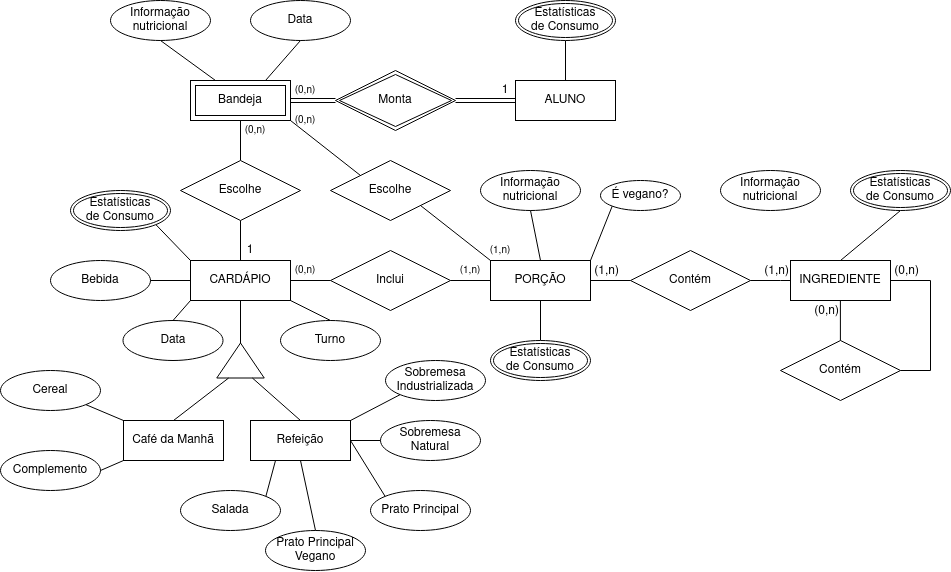
Earlier version of the draw.io export lab02/images/ER_Restaurante.png (uniaovasko/vasco). Source tidied: cells renumbered, new cells last; positions are measured from the earlier drawing's top-left corner, leaving out a move shared by most shapes.
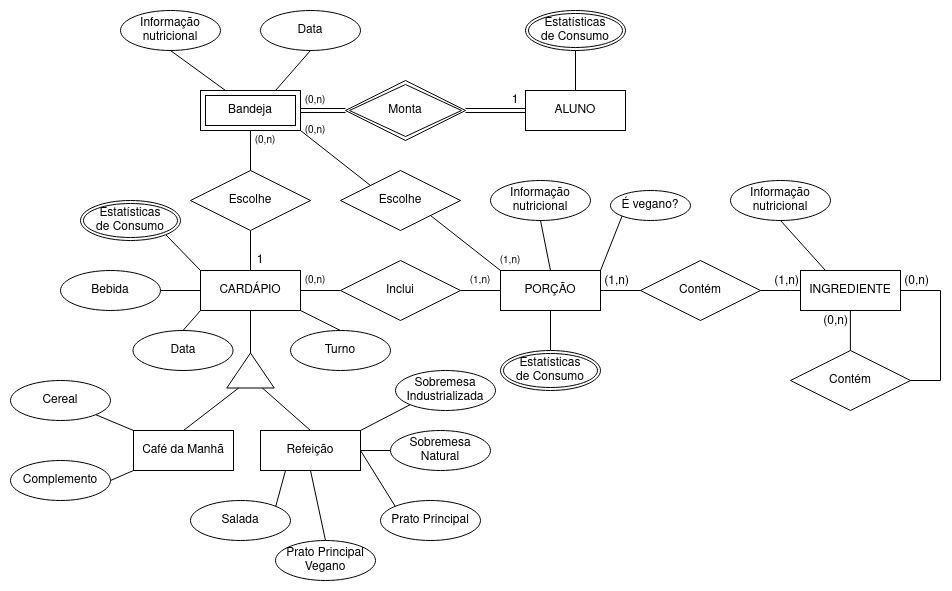
After the change.

The edit, as a diff of the source:
```diff
@@ -95,9 +95,6 @@
     <mxCell id="24" style="endArrow=none;html=1;rounded=0;exitX=0.5;exitY=0;exitDx=0;exitDy=0;entryX=1;entryY=1;entryDx=0;entryDy=0;" parent="1" edge="1" source="22" target="2">
       <mxGeometry relative="1" as="geometry" />
     </mxCell>
-    <mxCell id="25" style="endArrow=none;html=1;rounded=0;exitX=0.5;exitY=0;exitDx=0;exitDy=0;entryX=0.5;entryY=1;entryDx=0;entryDy=0;" parent="1" edge="1" source="5" target="57">
-      <mxGeometry relative="1" as="geometry" />
-    </mxCell>
     <mxCell id="26" style="endArrow=none;html=1;rounded=0;entryX=1;entryY=1;entryDx=0;entryDy=0;exitX=0;exitY=0;exitDx=0;exitDy=0;" parent="1" edge="1" source="2" target="54">
       <mxGeometry relative="1" as="geometry" />
     </mxCell>
@@ -199,9 +196,6 @@
     <mxCell id="56" value="&lt;div&gt;Estatísticas&lt;/div&gt;&lt;div&gt;de Consumo&lt;br&gt;&lt;/div&gt;" style="ellipse;shape=doubleEllipse;margin=3;whiteSpace=wrap;html=1;align=center;" parent="1" vertex="1">
       <mxGeometry x="515" width="100" height="40" as="geometry" />
     </mxCell>
-    <mxCell id="57" value="&lt;div&gt;Estatísticas&lt;/div&gt;&lt;div&gt;de Consumo&lt;br&gt;&lt;/div&gt;" style="ellipse;shape=doubleEllipse;margin=3;whiteSpace=wrap;html=1;align=center;" parent="1" vertex="1">
-      <mxGeometry x="850" y="170" width="100" height="40" as="geometry" />
-    </mxCell>
     <mxCell id="58" value="É vegano?" style="ellipse;whiteSpace=wrap;html=1;align=center;" parent="1" vertex="1">
       <mxGeometry x="600" y="180" width="80" height="30" as="geometry" />
     </mxCell>
@@ -268,5 +262,8 @@
     <mxCell id="79" value="Informação nutricional" style="ellipse;whiteSpace=wrap;html=1;align=center;" parent="1" vertex="1">
       <mxGeometry x="720" y="170" width="100" height="40" as="geometry" />
     </mxCell>
+    <mxCell id="80" style="endArrow=none;html=1;rounded=0;exitX=0.5;exitY=1;exitDx=0;exitDy=0;entryX=0.25;entryY=0;entryDx=0;entryDy=0;" parent="1" edge="1" source="79" target="5">
+      <mxGeometry relative="1" as="geometry" />
+    </mxCell>
   </root>
 </mxGraphModel>
```
